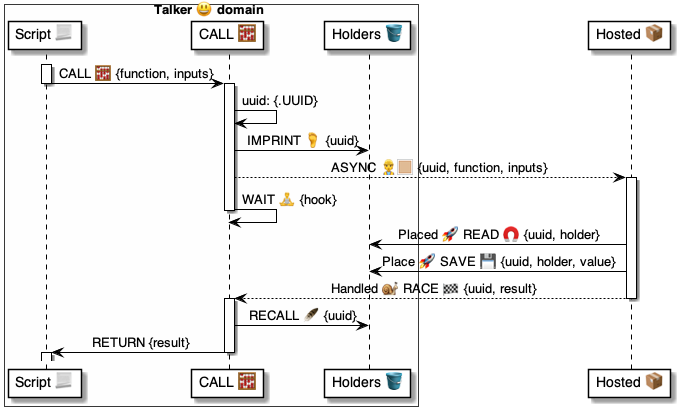
Earlier version of the PlantUML export 4 ⚙️ Solution/37 Scripts 📃/📃 Commands ⌘/⌘ for async/CALL 🧮/🧮 CALL ⚙️ uml.png (pollyweb-org/pollyweb-docs). Its source is kept beside it as 4 ⚙️ Solution/37 Scripts 📃/📃 Commands ⌘/⌘ for async/CALL 🧮/🧮 CALL ⚙️ uml.puml.
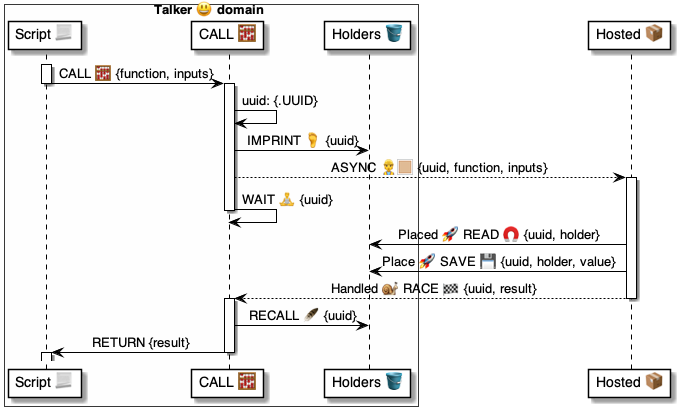
After the change.

Diff of the diagram source:
```diff
@@ -18,7 +18,7 @@
     talker -> holders: IMPRINT 🦶 {uuid}
     talker --> hosted: ASYNC 👷🏼 {uuid, function, inputs}
 activate hosted
-    talker -> talker: WAIT 🧘 {hook}
+    talker -> talker: WAIT 🧘 {uuid}
 deactivate talker
 
     hosted -> holders: Placed 🚀 READ 🧲 {uuid, holder}
```
